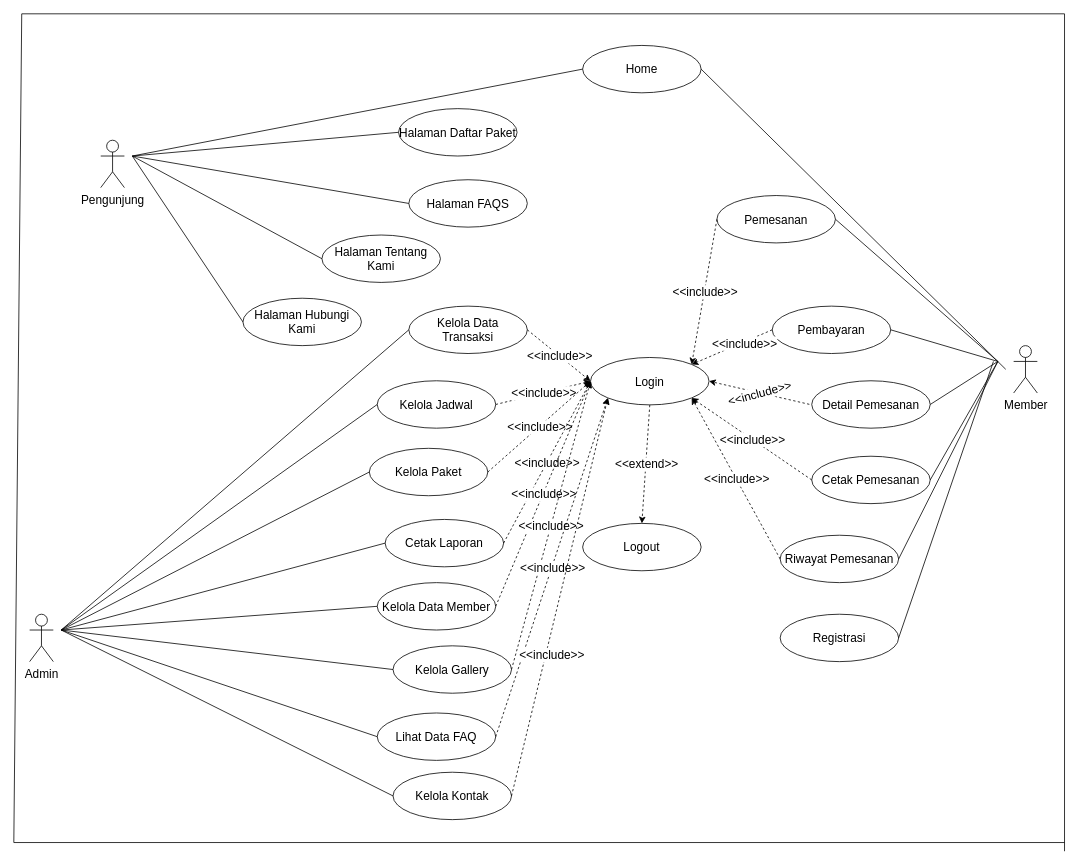
The draw.io diagram page "USE CASE DIAGRAM" (1 of 20) of SKRIPSI TARMIZI MAULANA/ARSIP/FILE MASTER DESAIN/DIAGRAM SKIRPSI TARMIZI MAULANA.drawio in Khairul122/JK-WebPemesananJasaFotografer-ED, before the edit. Source tidied: cells renumbered, new cells numbered last; positions are measured from the earlier drawing's top-left corner, leaving out a move shared by most shapes. Both pictures are drawn from the tidied source at 79%, with x=0, y=0 at pixel (13, 13).
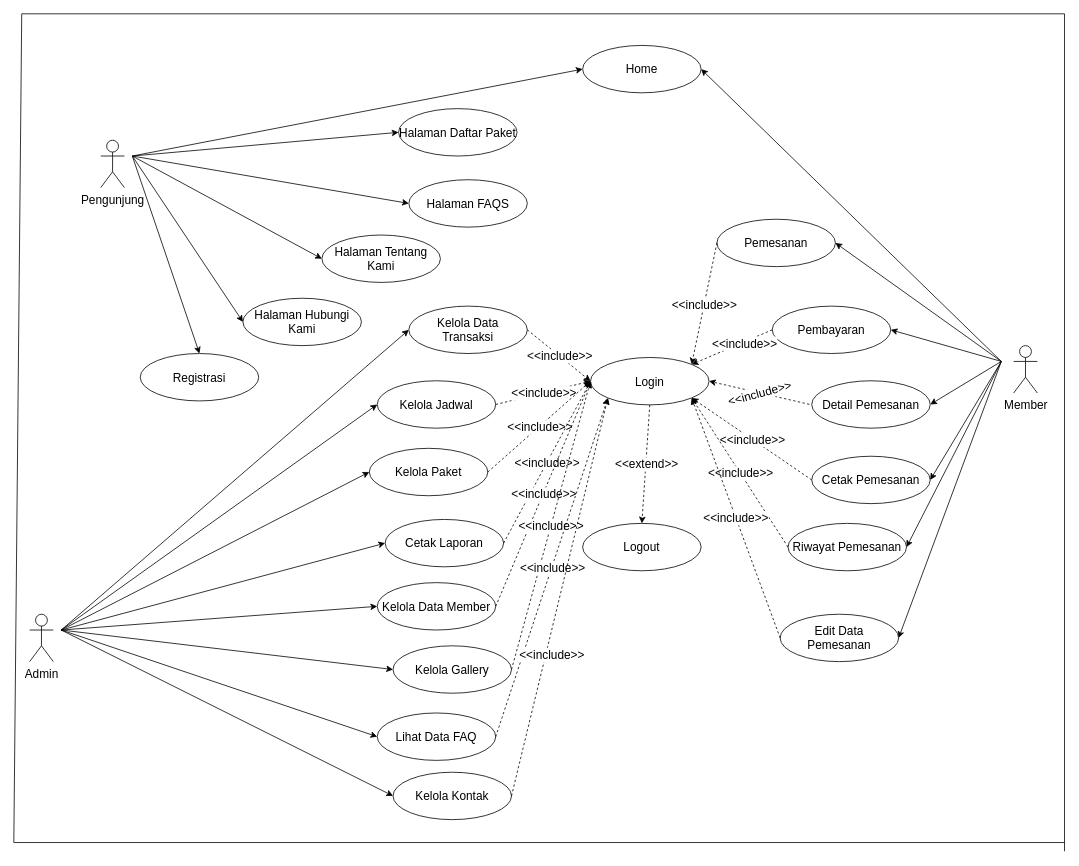
The same diagram, later.

Unchanged cells that the change refers to:
```xml
<mxCell id="3" value="Home" style="ellipse;whiteSpace=wrap;html=1;fontSize=15;" parent="1" vertex="1">
  <mxGeometry x="720" y="40" width="150" height="60" as="geometry" />
</mxCell>
<mxCell id="4" value="Halaman Daftar Paket" style="ellipse;whiteSpace=wrap;html=1;fontSize=15;" parent="1" vertex="1">
  <mxGeometry x="487" y="120" width="150" height="60" as="geometry" />
</mxCell>
<mxCell id="5" value="Halaman FAQS" style="ellipse;whiteSpace=wrap;html=1;fontSize=15;" parent="1" vertex="1">
  <mxGeometry x="500" y="210" width="150" height="60" as="geometry" />
</mxCell>
<mxCell id="6" value="Halaman Tentang Kami" style="ellipse;whiteSpace=wrap;html=1;fontSize=15;" parent="1" vertex="1">
  <mxGeometry x="390" y="280" width="150" height="60" as="geometry" />
</mxCell>
<mxCell id="7" value="Halaman Hubungi Kami" style="ellipse;whiteSpace=wrap;html=1;fontSize=15;" parent="1" vertex="1">
  <mxGeometry x="290" y="360" width="150" height="60" as="geometry" />
</mxCell>
<mxCell id="14" value="Login" style="ellipse;whiteSpace=wrap;html=1;fontSize=15;" parent="1" vertex="1">
  <mxGeometry x="730" y="435" width="150" height="60" as="geometry" />
</mxCell>
<mxCell id="17" value="Pembayaran" style="ellipse;whiteSpace=wrap;html=1;fontSize=15;" parent="1" vertex="1">
  <mxGeometry x="960" y="370" width="150" height="60" as="geometry" />
</mxCell>
<mxCell id="19" value="Detail Pemesanan" style="ellipse;whiteSpace=wrap;html=1;fontSize=15;" parent="1" vertex="1">
  <mxGeometry x="1010" y="464.5" width="150" height="60" as="geometry" />
</mxCell>
<mxCell id="20" value="Cetak Pemesanan" style="ellipse;whiteSpace=wrap;html=1;fontSize=15;" parent="1" vertex="1">
  <mxGeometry x="1010" y="560" width="150" height="60" as="geometry" />
</mxCell>
<mxCell id="36" value="Kelola Data &lt;br&gt;Transaksi" style="ellipse;whiteSpace=wrap;html=1;fontSize=15;" parent="1" vertex="1">
  <mxGeometry x="500" y="370" width="150" height="60" as="geometry" />
</mxCell>
<mxCell id="37" value="Kelola Jadwal" style="ellipse;whiteSpace=wrap;html=1;fontSize=15;" parent="1" vertex="1">
  <mxGeometry x="460" y="464.5" width="150" height="60" as="geometry" />
</mxCell>
<mxCell id="38" value="Kelola Paket" style="ellipse;whiteSpace=wrap;html=1;fontSize=15;" parent="1" vertex="1">
  <mxGeometry x="450" y="550" width="150" height="60" as="geometry" />
</mxCell>
<mxCell id="39" value="Cetak Laporan" style="ellipse;whiteSpace=wrap;html=1;fontSize=15;" parent="1" vertex="1">
  <mxGeometry x="470" y="640" width="150" height="60" as="geometry" />
</mxCell>
<mxCell id="40" value="Kelola Data Member" style="ellipse;whiteSpace=wrap;html=1;fontSize=15;" parent="1" vertex="1">
  <mxGeometry x="460" y="720" width="150" height="60" as="geometry" />
</mxCell>
<mxCell id="41" value="Kelola Gallery" style="ellipse;whiteSpace=wrap;html=1;fontSize=15;" parent="1" vertex="1">
  <mxGeometry x="480" y="800" width="150" height="60" as="geometry" />
</mxCell>
<mxCell id="42" value="Lihat Data FAQ" style="ellipse;whiteSpace=wrap;html=1;fontSize=15;" parent="1" vertex="1">
  <mxGeometry x="460" y="885" width="150" height="60" as="geometry" />
</mxCell>
<mxCell id="43" value="Kelola Kontak" style="ellipse;whiteSpace=wrap;html=1;fontSize=15;" parent="1" vertex="1">
  <mxGeometry x="480" y="960" width="150" height="60" as="geometry" />
</mxCell>
```

What changed in the source:
```diff
@@
-    <mxCell id="8" style="endArrow=none;html=1;entryX=0;entryY=0.5;entryDx=0;entryDy=0;fontSize=15;" parent="1" edge="1" target="3">
-      <mxGeometry relative="1" as="geometry">
-        <mxPoint x="150" y="180" as="sourcePoint" />
-      </mxGeometry>
-    </mxCell>
-    <mxCell id="9" style="endArrow=none;html=1;entryX=0;entryY=0.5;entryDx=0;entryDy=0;fontSize=15;" parent="1" edge="1" target="4">
+    <mxCell id="9" style="endArrow=none;html=1;entryX=0;entryY=0.5;entryDx=0;entryDy=0;fontSize=15;endArrow=classic;" parent="1" edge="1" target="4">
       <mxGeometry relative="1" as="geometry">
         <mxPoint x="150" y="180" as="sourcePoint" />
       </mxGeometry>
     </mxCell>
-    <mxCell id="10" style="endArrow=none;html=1;entryX=0;entryY=0.5;entryDx=0;entryDy=0;fontSize=15;" parent="1" edge="1" target="5">
+    <mxCell id="10" style="endArrow=none;html=1;entryX=0;entryY=0.5;entryDx=0;entryDy=0;fontSize=15;endArrow=classic;" parent="1" edge="1" target="5">
       <mxGeometry relative="1" as="geometry">
         <mxPoint x="150" y="180" as="sourcePoint" />
       </mxGeometry>
     </mxCell>
-    <mxCell id="11" style="endArrow=none;html=1;entryX=0;entryY=0.5;entryDx=0;entryDy=0;fontSize=15;" parent="1" edge="1" target="6">
+    <mxCell id="11" style="endArrow=none;html=1;entryX=0;entryY=0.5;entryDx=0;entryDy=0;fontSize=15;endArrow=classic;" parent="1" edge="1" target="6">
       <mxGeometry relative="1" as="geometry">
         <mxPoint x="150" y="180" as="sourcePoint" />
       </mxGeometry>
     </mxCell>
-    <mxCell id="12" style="endArrow=none;html=1;entryX=0;entryY=0.5;entryDx=0;entryDy=0;fontSize=15;" parent="1" edge="1" target="7">
+    <mxCell id="12" style="endArrow=none;html=1;entryX=0;entryY=0.5;entryDx=0;entryDy=0;fontSize=15;endArrow=classic;" parent="1" edge="1" target="7">
       <mxGeometry relative="1" as="geometry">
         <mxPoint x="150" y="180" as="sourcePoint" />
       </mxGeometry>
     </mxCell>
@@
     <mxCell id="15" value="Pemesanan" style="ellipse;whiteSpace=wrap;html=1;fontSize=15;" parent="1" vertex="1">
-      <mxGeometry x="890" y="230" width="150" height="60" as="geometry" />
+      <mxGeometry x="890" y="260" width="150" height="60" as="geometry" />
     </mxCell>
-    <mxCell id="16" style="endArrow=none;html=1;exitX=1;exitY=0.5;exitDx=0;exitDy=0;fontSize=15;" parent="1" edge="1" source="15">
+    <mxCell id="16" style="endArrow=none;html=1;fontSize=15;entryX=1;entryY=0.5;entryDx=0;entryDy=0;endArrow=classic;" parent="1" edge="1" target="15">
       <mxGeometry relative="1" as="geometry">
-        <mxPoint x="1245.6" y="440" as="targetPoint" />
+        <mxPoint x="1250" y="440" as="sourcePoint" />
       </mxGeometry>
     </mxCell>
@@
-    <mxCell id="18" style="endArrow=none;html=1;exitX=1;exitY=0.5;exitDx=0;exitDy=0;fontSize=15;" parent="1" edge="1" source="17">
+    <mxCell id="18" style="endArrow=none;html=1;exitX=1;exitY=0.5;exitDx=0;exitDy=0;fontSize=15;endArrow=classic;entryX=1;entryY=0.5;entryDx=0;entryDy=0;" parent="1" edge="1" target="17">
       <mxGeometry relative="1" as="geometry">
-        <mxPoint x="1245.6" y="440" as="targetPoint" />
+        <mxPoint x="1250" y="440" as="sourcePoint" />
       </mxGeometry>
     </mxCell>
@@
     <mxCell id="21" value="Riwayat Pemesanan" style="ellipse;whiteSpace=wrap;html=1;fontSize=15;" parent="1" vertex="1">
-      <mxGeometry x="970" y="660" width="150" height="60" as="geometry" />
+      <mxGeometry x="980" y="645" width="150" height="60" as="geometry" />
     </mxCell>
-    <mxCell id="22" style="endArrow=none;html=1;exitX=1;exitY=0.5;exitDx=0;exitDy=0;fontSize=15;" parent="1" edge="1" source="19">
+    <mxCell id="22" style="endArrow=none;html=1;exitX=1;exitY=0.5;exitDx=0;exitDy=0;fontSize=15;entryX=1;entryY=0.5;entryDx=0;entryDy=0;endArrow=classic;" parent="1" edge="1" target="19">
       <mxGeometry relative="1" as="geometry">
-        <mxPoint x="1245.6" y="440" as="targetPoint" />
+        <mxPoint x="1250" y="440" as="sourcePoint" />
       </mxGeometry>
     </mxCell>
-    <mxCell id="23" style="endArrow=none;html=1;exitX=1;exitY=0.5;exitDx=0;exitDy=0;fontSize=15;" parent="1" edge="1" source="20">
+    <mxCell id="23" style="endArrow=none;html=1;exitX=1;exitY=0.5;exitDx=0;exitDy=0;fontSize=15;entryX=1;entryY=0.5;entryDx=0;entryDy=0;endArrow=classic;" parent="1" edge="1" target="20">
       <mxGeometry relative="1" as="geometry">
-        <mxPoint x="1245.6" y="440" as="targetPoint" />
+        <mxPoint x="1250" y="440" as="sourcePoint" />
       </mxGeometry>
     </mxCell>
-    <mxCell id="24" style="endArrow=none;html=1;exitX=1;exitY=0.5;exitDx=0;exitDy=0;fontSize=15;" parent="1" edge="1" source="21">
+    <mxCell id="24" style="endArrow=none;html=1;exitX=1;exitY=0.5;exitDx=0;exitDy=0;fontSize=15;endArrow=classic;entryX=1;entryY=0.5;entryDx=0;entryDy=0;" parent="1" edge="1" target="21">
       <mxGeometry relative="1" as="geometry">
-        <mxPoint x="1245.6" y="440" as="targetPoint" />
+        <mxPoint x="1250" y="440" as="sourcePoint" />
       </mxGeometry>
     </mxCell>
@@
-    <mxCell id="44" style="endArrow=none;html=1;entryX=0;entryY=0.5;entryDx=0;entryDy=0;fontSize=15;" parent="1" edge="1" target="36">
+    <mxCell id="44" style="endArrow=none;html=1;entryX=0;entryY=0.5;entryDx=0;entryDy=0;fontSize=15;endArrow=classic;" parent="1" edge="1" target="36">
       <mxGeometry relative="1" as="geometry">
         <mxPoint x="60" y="780" as="sourcePoint" />
       </mxGeometry>
     </mxCell>
-    <mxCell id="45" style="endArrow=none;html=1;entryX=0;entryY=0.5;entryDx=0;entryDy=0;fontSize=15;" parent="1" edge="1" target="37">
+    <mxCell id="45" style="endArrow=none;html=1;entryX=0;entryY=0.5;entryDx=0;entryDy=0;fontSize=15;endArrow=classic;" parent="1" edge="1" target="37">
       <mxGeometry relative="1" as="geometry">
         <mxPoint x="60" y="780" as="sourcePoint" />
       </mxGeometry>
     </mxCell>
-    <mxCell id="46" style="endArrow=none;html=1;entryX=0;entryY=0.5;entryDx=0;entryDy=0;fontSize=15;" parent="1" edge="1" target="38">
+    <mxCell id="46" style="endArrow=none;html=1;entryX=0;entryY=0.5;entryDx=0;entryDy=0;fontSize=15;endArrow=classic;" parent="1" edge="1" target="38">
       <mxGeometry relative="1" as="geometry">
         <mxPoint x="60" y="780" as="sourcePoint" />
       </mxGeometry>
     </mxCell>
-    <mxCell id="47" style="endArrow=none;html=1;entryX=0;entryY=0.5;entryDx=0;entryDy=0;fontSize=15;" parent="1" edge="1" target="39">
+    <mxCell id="47" style="endArrow=none;html=1;entryX=0;entryY=0.5;entryDx=0;entryDy=0;fontSize=15;endArrow=classic;" parent="1" edge="1" target="39">
       <mxGeometry relative="1" as="geometry">
         <mxPoint x="60" y="780" as="sourcePoint" />
       </mxGeometry>
     </mxCell>
-    <mxCell id="48" style="endArrow=none;html=1;entryX=0;entryY=0.5;entryDx=0;entryDy=0;fontSize=15;" parent="1" edge="1" target="40">
+    <mxCell id="48" style="endArrow=none;html=1;entryX=0;entryY=0.5;entryDx=0;entryDy=0;fontSize=15;endArrow=classic;" parent="1" edge="1" target="40">
       <mxGeometry relative="1" as="geometry">
         <mxPoint x="60" y="780" as="sourcePoint" />
       </mxGeometry>
     </mxCell>
-    <mxCell id="49" style="endArrow=none;html=1;entryX=0;entryY=0.5;entryDx=0;entryDy=0;fontSize=15;" parent="1" edge="1" target="41">
+    <mxCell id="49" style="endArrow=none;html=1;entryX=0;entryY=0.5;entryDx=0;entryDy=0;fontSize=15;endArrow=classic;" parent="1" edge="1" target="41">
       <mxGeometry relative="1" as="geometry">
         <mxPoint x="60" y="780" as="sourcePoint" />
       </mxGeometry>
     </mxCell>
-    <mxCell id="50" style="endArrow=none;html=1;entryX=0;entryY=0.5;entryDx=0;entryDy=0;fontSize=15;" parent="1" edge="1" target="42">
+    <mxCell id="50" style="endArrow=none;html=1;entryX=0;entryY=0.5;entryDx=0;entryDy=0;fontSize=15;endArrow=classic;" parent="1" edge="1" target="42">
       <mxGeometry relative="1" as="geometry">
         <mxPoint x="60" y="780" as="sourcePoint" />
       </mxGeometry>
     </mxCell>
-    <mxCell id="51" style="endArrow=none;html=1;entryX=0;entryY=0.5;entryDx=0;entryDy=0;fontSize=15;" parent="1" edge="1" target="43">
+    <mxCell id="51" style="endArrow=none;html=1;entryX=0;entryY=0.5;entryDx=0;entryDy=0;fontSize=15;endArrow=classic;" parent="1" edge="1" target="43">
       <mxGeometry relative="1" as="geometry">
         <mxPoint x="60" y="780" as="sourcePoint" />
       </mxGeometry>
     </mxCell>
@@
-    <mxCell id="75" style="endArrow=none;html=1;exitX=1;exitY=0.5;exitDx=0;exitDy=0;fontSize=15;" parent="1" edge="1" source="3">
+    <mxCell id="75" style="endArrow=none;html=1;fontSize=15;endArrow=classic;entryX=1;entryY=0.5;entryDx=0;entryDy=0;" parent="1" edge="1" target="3">
       <mxGeometry relative="1" as="geometry">
-        <mxPoint x="1255.6" y="450" as="targetPoint" />
+        <mxPoint x="1250" y="440" as="sourcePoint" />
       </mxGeometry>
     </mxCell>
-    <mxCell id="76" value="Registrasi" style="ellipse;whiteSpace=wrap;html=1;fontSize=15;" parent="1" vertex="1">
+    <mxCell id="76" value="Edit Data &lt;br&gt;Pemesanan" style="ellipse;whiteSpace=wrap;html=1;fontSize=15;" parent="1" vertex="1">
       <mxGeometry x="970" y="760" width="150" height="60" as="geometry" />
     </mxCell>
-    <mxCell id="77" style="endArrow=none;html=1;exitX=1;exitY=0.5;exitDx=0;exitDy=0;fontSize=15;" parent="1" edge="1" source="76">
+    <mxCell id="77" style="endArrow=none;html=1;exitX=1;exitY=0.5;exitDx=0;exitDy=0;fontSize=15;entryX=1;entryY=0.5;entryDx=0;entryDy=0;endArrow=classic;" parent="1" edge="1" target="76">
       <mxGeometry relative="1" as="geometry">
-        <mxPoint x="1240" y="440" as="targetPoint" />
+        <mxPoint x="1250" y="440" as="sourcePoint" />
       </mxGeometry>
     </mxCell>
+    <mxCell id="78" value="Registrasi" style="ellipse;whiteSpace=wrap;html=1;fontSize=15;" parent="1" vertex="1">
+      <mxGeometry x="160" y="430" width="150" height="60" as="geometry" />
+    </mxCell>
+    <mxCell id="8" style="endArrow=none;html=1;entryX=0;entryY=0.5;entryDx=0;entryDy=0;fontSize=15;endArrow=classic;" parent="1" edge="1" target="3">
+      <mxGeometry relative="1" as="geometry">
+        <mxPoint x="150" y="180" as="sourcePoint" />
+      </mxGeometry>
+    </mxCell>
+    <mxCell id="79" style="endArrow=classic;html=1;dashed=1;exitX=0;exitY=0.5;exitDx=0;exitDy=0;entryX=1;entryY=1;entryDx=0;entryDy=0;fontSize=15;" parent="1" edge="1" source="76" target="14">
+      <mxGeometry relative="1" as="geometry" />
+    </mxCell>
+    <mxCell id="80" value="&amp;lt;&amp;lt;include&amp;gt;&amp;gt;" style="edgeLabel;html=1;align=center;verticalAlign=middle;fontSize=15;" parent="79" vertex="1">
+      <mxGeometry relative="1" as="geometry" />
+    </mxCell>
+    <mxCell id="81" style="endArrow=none;html=1;entryX=0.5;entryY=0;entryDx=0;entryDy=0;fontSize=15;endArrow=classic;" parent="1" edge="1" target="78">
+      <mxGeometry relative="1" as="geometry">
+        <mxPoint x="150" y="180" as="sourcePoint" />
+      </mxGeometry>
+    </mxCell>
```
